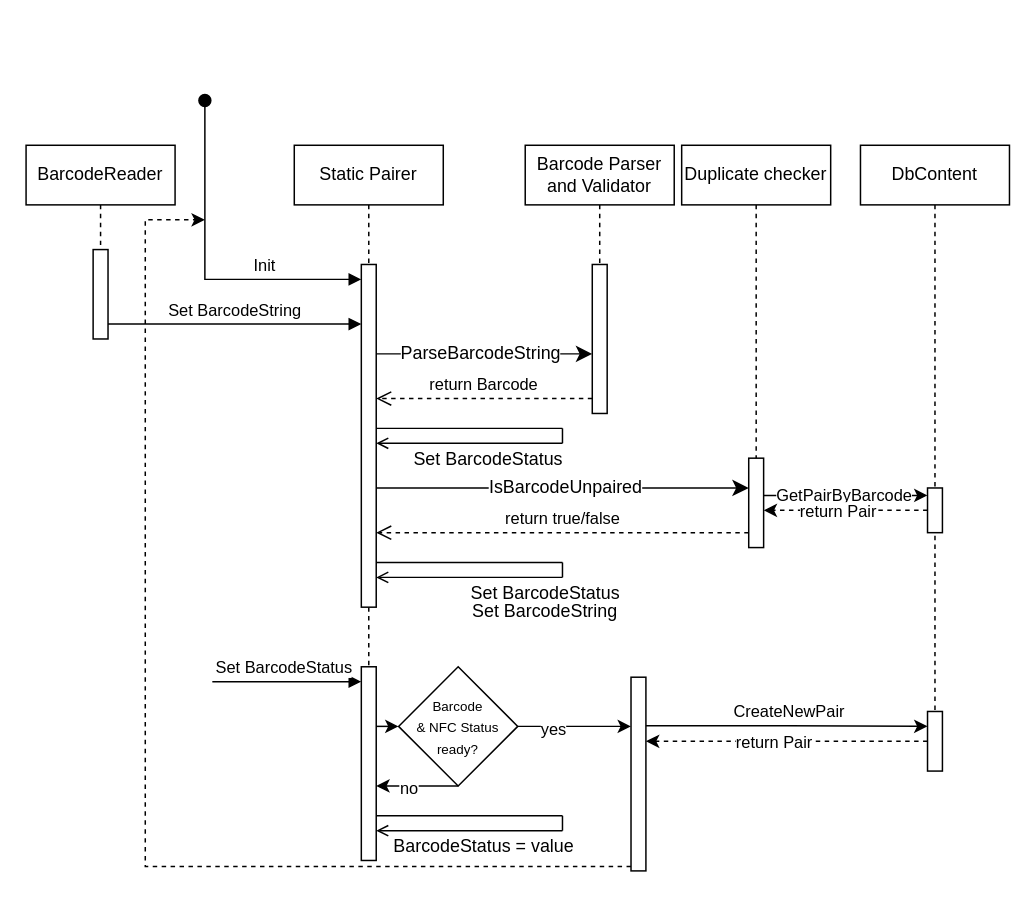
Earlier version of the draw.io diagram page "Pairing Service" (1 of 2) of PairingAndUploading-Sequence.drawio (manuel-harsch/draw.io-storage). Source tidied: cells renumbered, new cells numbered last; positions are measured from the earlier drawing's top-left corner, leaving out a move shared by most shapes. Both pictures are drawn from the tidied source at 149%, with x=0, y=0 at pixel (25, 100).
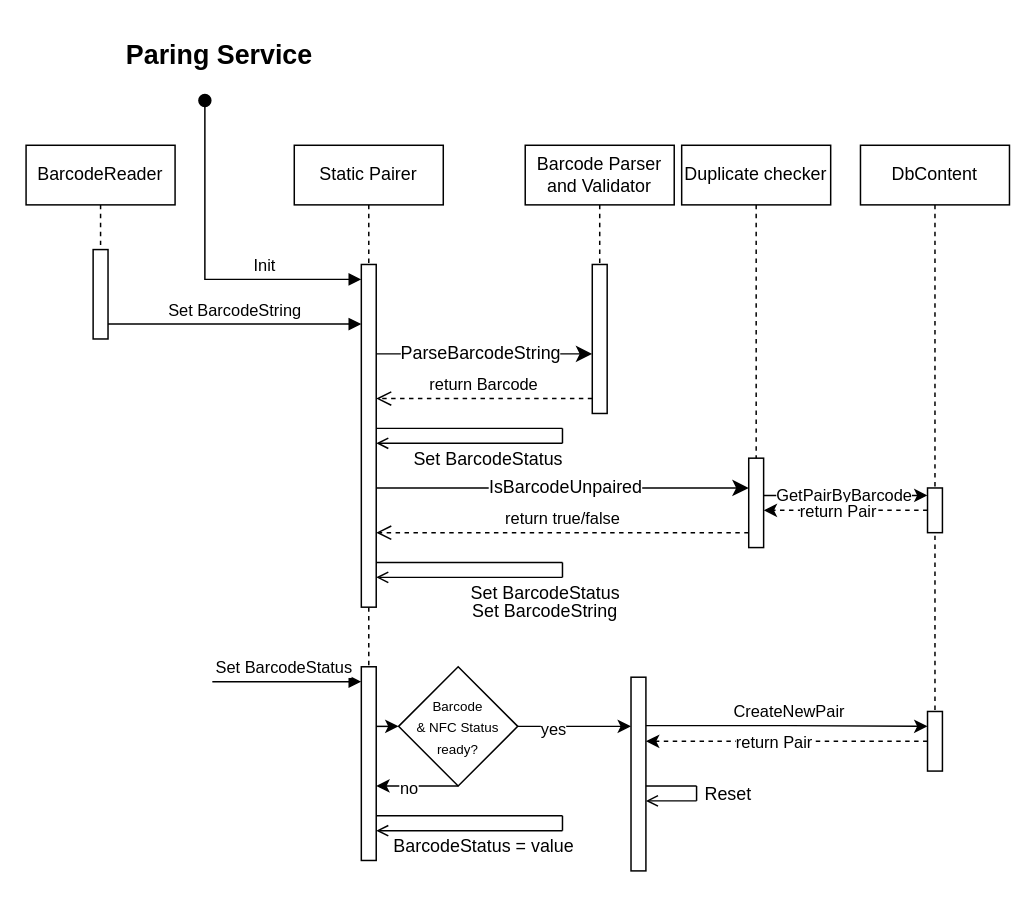
Above is the later version.

Diff of the diagram source:
```diff
@@
-    <mxCell id="49" style="edgeStyle=elbowEdgeStyle;rounded=0;orthogonalLoop=1;jettySize=auto;html=1;elbow=horizontal;curved=0;dashed=1;exitX=0;exitY=0.75;exitDx=0;exitDy=0;" parent="1" edge="1">
-      <mxGeometry relative="1" as="geometry">
-        <mxPoint x="406" y="514" as="sourcePoint" />
-        <mxPoint x="120" y="80" as="targetPoint" />
-        <Array as="points">
-          <mxPoint x="80" y="354" />
-        </Array>
-      </mxGeometry>
-    </mxCell>
@@
+    <mxCell id="57" value="&lt;font style=&quot;font-size: 18px;&quot;&gt;&lt;b&gt;Paring Service&lt;/b&gt;&lt;/font&gt;" style="text;strokeColor=none;align=center;fillColor=none;html=1;verticalAlign=middle;whiteSpace=wrap;rounded=0;" parent="1" vertex="1">
+      <mxGeometry y="-50" width="260" height="40" as="geometry" />
+    </mxCell>
+    <mxCell id="58" style="group;" parent="1" vertex="1">
+      <mxGeometry x="416" y="460" width="34" height="10" as="geometry" />
+    </mxCell>
+    <mxCell id="59" style="html=1;verticalAlign=bottom;endArrow=open;dashed=0;edgeStyle=elbowEdgeStyle;elbow=vertical;curved=0;rounded=0;" parent="58" edge="1">
+      <mxGeometry relative="1" as="geometry">
+        <mxPoint x="34" y="10" as="sourcePoint" />
+        <mxPoint y="10" as="targetPoint" />
+        <Array as="points">
+          <mxPoint x="31.2" y="10" />
+        </Array>
+      </mxGeometry>
+    </mxCell>
+    <mxCell id="60" style="endArrow=none;html=1;rounded=0;fontSize=12;startSize=8;endSize=8;" parent="58" edge="1">
+      <mxGeometry relative="1" as="geometry">
+        <mxPoint as="sourcePoint" />
+        <mxPoint x="34" as="targetPoint" />
+      </mxGeometry>
+    </mxCell>
+    <mxCell id="61" value="Reset" style="edgeLabel;html=1;align=center;verticalAlign=middle;fontSize=12;" parent="60" vertex="1">
+      <mxGeometry x="0.34" y="-4" relative="1" as="geometry">
+        <mxPoint x="31" y="1" as="offset" />
+      </mxGeometry>
+    </mxCell>
+    <mxCell id="62" style="endArrow=none;html=1;rounded=0;fontSize=12;startSize=8;endSize=8;" parent="58" edge="1">
+      <mxGeometry relative="1" as="geometry">
+        <mxPoint x="34" y="10" as="sourcePoint" />
+        <mxPoint x="34" as="targetPoint" />
+      </mxGeometry>
+    </mxCell>
```
